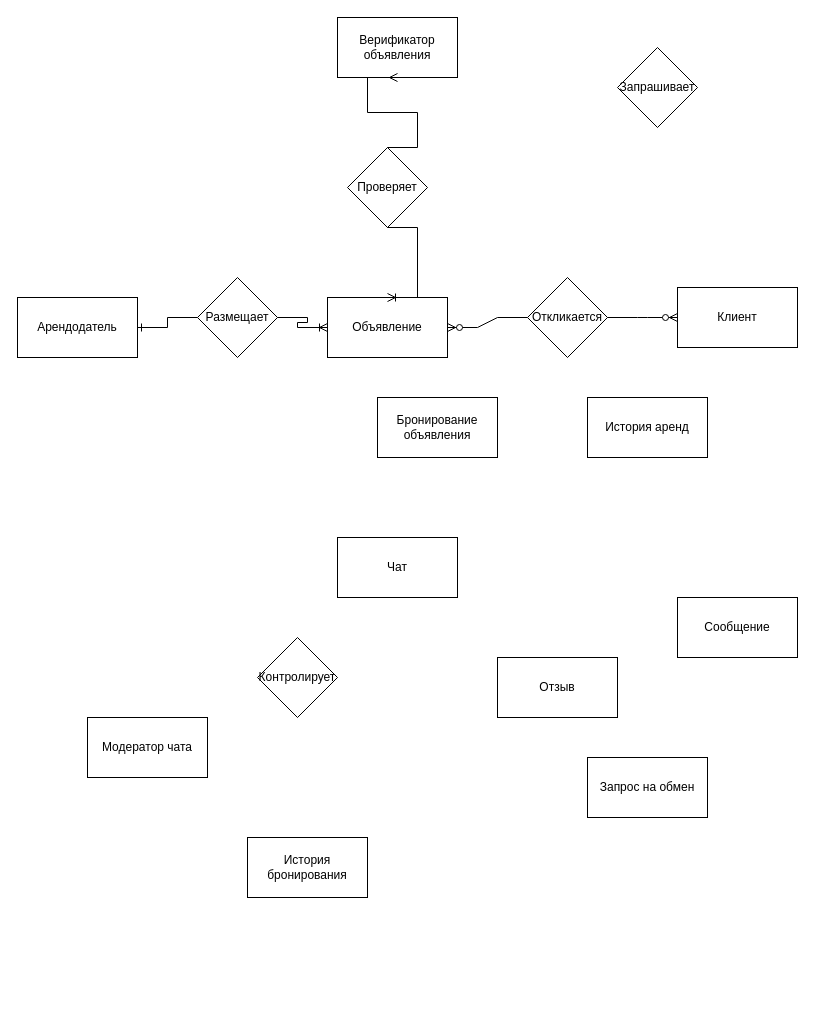
The draw.io diagram концептуальная.drawio in buburec/rsreu, before the edit. Source tidied: cells renumbered, new cells numbered last; positions are measured from the earlier drawing's top-left corner, leaving out a move shared by most shapes. Both pictures are drawn from the tidied source at 100%, with x=0, y=0 at pixel (17, 17).
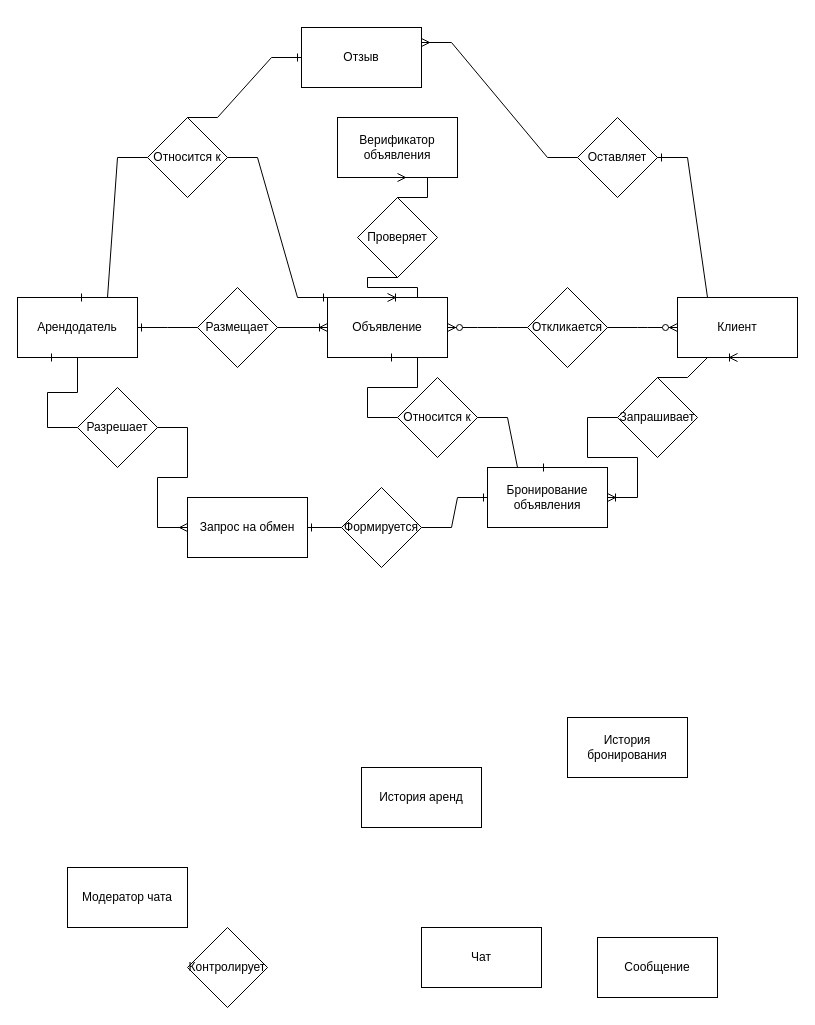
Above is the later version.

The change refers to these unchanged cells:
```xml
<mxCell id="2" value="Арендодатель" style="rounded=0;whiteSpace=wrap;html=1;" parent="1" vertex="1">
  <mxGeometry y="280" width="120" height="60" as="geometry" />
</mxCell>
<mxCell id="3" value="Объявление" style="rounded=0;whiteSpace=wrap;html=1;" parent="1" vertex="1">
  <mxGeometry x="310" y="280" width="120" height="60" as="geometry" />
</mxCell>
```

The edit, as a diff of the source:
```diff
@@
     <mxCell id="4" value="Клиент" style="rounded=0;whiteSpace=wrap;html=1;" parent="1" vertex="1">
-      <mxGeometry x="660" y="270" width="120" height="60" as="geometry" />
+      <mxGeometry x="660" y="280" width="120" height="60" as="geometry" />
     </mxCell>
     <mxCell id="5" value="Чат" style="rounded=0;whiteSpace=wrap;html=1;" parent="1" vertex="1">
-      <mxGeometry x="320" y="520" width="120" height="60" as="geometry" />
+      <mxGeometry x="404" y="910" width="120" height="60" as="geometry" />
     </mxCell>
     <mxCell id="6" value="Сообщение" style="rounded=0;whiteSpace=wrap;html=1;" parent="1" vertex="1">
-      <mxGeometry x="660" y="580" width="120" height="60" as="geometry" />
+      <mxGeometry x="580" y="920" width="120" height="60" as="geometry" />
     </mxCell>
     <mxCell id="7" value="Модератор чата" style="rounded=0;whiteSpace=wrap;html=1;" parent="1" vertex="1">
-      <mxGeometry x="70" y="700" width="120" height="60" as="geometry" />
+      <mxGeometry x="50" y="850" width="120" height="60" as="geometry" />
     </mxCell>
     <mxCell id="8" value="Отзыв" style="rounded=0;whiteSpace=wrap;html=1;" parent="1" vertex="1">
-      <mxGeometry x="480" y="640" width="120" height="60" as="geometry" />
+      <mxGeometry x="284" y="10" width="120" height="60" as="geometry" />
     </mxCell>
     <mxCell id="9" value="История аренд" style="rounded=0;whiteSpace=wrap;html=1;" parent="1" vertex="1">
-      <mxGeometry x="570" y="380" width="120" height="60" as="geometry" />
+      <mxGeometry x="344" y="750" width="120" height="60" as="geometry" />
     </mxCell>
     <mxCell id="10" value="Бронирование объявления" style="rounded=0;whiteSpace=wrap;html=1;" parent="1" vertex="1">
-      <mxGeometry x="360" y="380" width="120" height="60" as="geometry" />
+      <mxGeometry x="470" y="450" width="120" height="60" as="geometry" />
     </mxCell>
     <mxCell id="11" value="История бронирования" style="rounded=0;whiteSpace=wrap;html=1;" parent="1" vertex="1">
-      <mxGeometry x="230" y="820" width="120" height="60" as="geometry" />
+      <mxGeometry x="550" y="700" width="120" height="60" as="geometry" />
     </mxCell>
     <mxCell id="12" value="Запрос на обмен" style="rounded=0;whiteSpace=wrap;html=1;" parent="1" vertex="1">
-      <mxGeometry x="570" y="740" width="120" height="60" as="geometry" />
+      <mxGeometry x="170" y="480" width="120" height="60" as="geometry" />
     </mxCell>
     <mxCell id="13" value="Верификатор объявления" style="rounded=0;whiteSpace=wrap;html=1;" parent="1" vertex="1">
-      <mxGeometry x="320" width="120" height="60" as="geometry" />
+      <mxGeometry x="320" y="100" width="120" height="60" as="geometry" />
     </mxCell>
     <mxCell id="14" value="Размещает" style="rhombus;whiteSpace=wrap;html=1;" parent="1" vertex="1">
-      <mxGeometry x="180" y="260" width="80" height="80" as="geometry" />
+      <mxGeometry x="180" y="270" width="80" height="80" as="geometry" />
     </mxCell>
@@
     <mxCell id="17" value="Откликается" style="rhombus;whiteSpace=wrap;html=1;" parent="1" vertex="1">
-      <mxGeometry x="510" y="260" width="80" height="80" as="geometry" />
+      <mxGeometry x="510" y="270" width="80" height="80" as="geometry" />
     </mxCell>
@@
     <mxCell id="20" value="Проверяет" style="rhombus;whiteSpace=wrap;html=1;" parent="1" vertex="1">
-      <mxGeometry x="330" y="130" width="80" height="80" as="geometry" />
+      <mxGeometry x="340" y="180" width="80" height="80" as="geometry" />
     </mxCell>
     <mxCell id="21" style="edgeStyle=entityRelationEdgeStyle;fontSize=12;html=1;endArrow=ERoneToMany;rounded=0;exitX=0.5;exitY=1;exitDx=0;exitDy=0;entryX=0.5;entryY=0;entryDx=0;entryDy=0;" parent="1" edge="1" source="20" target="3">
-      <mxGeometry relative="1" as="geometry" />
+      <mxGeometry relative="1" as="geometry">
+        <Array as="points">
+          <mxPoint x="370" y="240" />
+        </Array>
+      </mxGeometry>
     </mxCell>
@@
     <mxCell id="23" value="Контролирует" style="rhombus;whiteSpace=wrap;html=1;" parent="1" vertex="1">
-      <mxGeometry x="240" y="620" width="80" height="80" as="geometry" />
+      <mxGeometry x="170" y="910" width="80" height="80" as="geometry" />
     </mxCell>
     <mxCell id="24" value="Запрашивает" style="rhombus;whiteSpace=wrap;html=1;" parent="1" vertex="1">
-      <mxGeometry x="600" y="30" width="80" height="80" as="geometry" />
+      <mxGeometry x="600" y="360" width="80" height="80" as="geometry" />
     </mxCell>
+    <mxCell id="25" style="edgeStyle=entityRelationEdgeStyle;fontSize=12;html=1;endArrow=ERoneToMany;rounded=0;exitX=0.5;exitY=0;exitDx=0;exitDy=0;entryX=0.5;entryY=1;entryDx=0;entryDy=0;" parent="1" edge="1" source="24" target="4">
+      <mxGeometry relative="1" as="geometry" />
+    </mxCell>
+    <mxCell id="26" style="edgeStyle=entityRelationEdgeStyle;fontSize=12;html=1;endArrow=ERoneToMany;rounded=0;exitX=0;exitY=0.5;exitDx=0;exitDy=0;entryX=1;entryY=0.5;entryDx=0;entryDy=0;" parent="1" edge="1" source="24" target="10">
+      <mxGeometry relative="1" as="geometry" />
+    </mxCell>
+    <mxCell id="27" value="Разрешает" style="rhombus;whiteSpace=wrap;html=1;" parent="1" vertex="1">
+      <mxGeometry x="60" y="370" width="80" height="80" as="geometry" />
+    </mxCell>
+    <mxCell id="28" style="edgeStyle=entityRelationEdgeStyle;fontSize=12;html=1;endArrow=ERone;endFill=1;rounded=0;exitX=0;exitY=0.5;exitDx=0;exitDy=0;entryX=0.25;entryY=1;entryDx=0;entryDy=0;" parent="1" edge="1" source="27" target="2">
+      <mxGeometry relative="1" as="geometry" />
+    </mxCell>
+    <mxCell id="29" style="edgeStyle=entityRelationEdgeStyle;fontSize=12;html=1;endArrow=ERmany;rounded=0;exitX=1;exitY=0.5;exitDx=0;exitDy=0;entryX=0;entryY=0.5;entryDx=0;entryDy=0;" parent="1" edge="1" source="27" target="12">
+      <mxGeometry relative="1" as="geometry" />
+    </mxCell>
+    <mxCell id="30" value="Оставляет" style="rhombus;whiteSpace=wrap;html=1;" parent="1" vertex="1">
+      <mxGeometry x="560" y="100" width="80" height="80" as="geometry" />
+    </mxCell>
+    <mxCell id="31" style="edgeStyle=entityRelationEdgeStyle;fontSize=12;html=1;endArrow=ERone;endFill=1;rounded=0;exitX=0.5;exitY=0;exitDx=0;exitDy=0;" parent="1" edge="1" source="4" target="30">
+      <mxGeometry relative="1" as="geometry" />
+    </mxCell>
+    <mxCell id="32" style="edgeStyle=entityRelationEdgeStyle;fontSize=12;html=1;endArrow=ERmany;rounded=0;exitX=0;exitY=0.5;exitDx=0;exitDy=0;entryX=1;entryY=0.25;entryDx=0;entryDy=0;" parent="1" edge="1" source="30" target="8">
+      <mxGeometry relative="1" as="geometry" />
+    </mxCell>
+    <mxCell id="33" value="Относится к" style="rhombus;whiteSpace=wrap;html=1;" parent="1" vertex="1">
+      <mxGeometry x="130" y="100" width="80" height="80" as="geometry" />
+    </mxCell>
+    <mxCell id="34" style="edgeStyle=entityRelationEdgeStyle;fontSize=12;html=1;endArrow=ERone;endFill=1;rounded=0;exitX=0;exitY=0.5;exitDx=0;exitDy=0;entryX=0.5;entryY=0;entryDx=0;entryDy=0;" parent="1" edge="1" source="33" target="2">
+      <mxGeometry relative="1" as="geometry" />
+    </mxCell>
+    <mxCell id="35" style="edgeStyle=entityRelationEdgeStyle;fontSize=12;html=1;endArrow=ERone;endFill=1;rounded=0;exitX=1;exitY=0.5;exitDx=0;exitDy=0;entryX=0;entryY=0;entryDx=0;entryDy=0;" parent="1" edge="1" source="33" target="3">
+      <mxGeometry relative="1" as="geometry" />
+    </mxCell>
+    <mxCell id="36" style="edgeStyle=entityRelationEdgeStyle;fontSize=12;html=1;endArrow=ERone;endFill=1;rounded=0;exitX=0.5;exitY=0;exitDx=0;exitDy=0;entryX=0;entryY=0.5;entryDx=0;entryDy=0;" parent="1" edge="1" source="33" target="8">
+      <mxGeometry relative="1" as="geometry" />
+    </mxCell>
+    <mxCell id="37" value="Относится к" style="rhombus;whiteSpace=wrap;html=1;" parent="1" vertex="1">
+      <mxGeometry x="380" y="360" width="80" height="80" as="geometry" />
+    </mxCell>
+    <mxCell id="38" style="edgeStyle=entityRelationEdgeStyle;fontSize=12;html=1;endArrow=ERone;endFill=1;rounded=0;exitX=1;exitY=0.5;exitDx=0;exitDy=0;entryX=0.5;entryY=0;entryDx=0;entryDy=0;" parent="1" edge="1" source="37" target="10">
+      <mxGeometry relative="1" as="geometry" />
+    </mxCell>
+    <mxCell id="39" style="edgeStyle=entityRelationEdgeStyle;fontSize=12;html=1;endArrow=ERone;endFill=1;rounded=0;exitX=0;exitY=0.5;exitDx=0;exitDy=0;entryX=0.5;entryY=1;entryDx=0;entryDy=0;" parent="1" edge="1" source="37" target="3">
+      <mxGeometry relative="1" as="geometry" />
+    </mxCell>
+    <mxCell id="40" value="Формируется" style="rhombus;whiteSpace=wrap;html=1;" parent="1" vertex="1">
+      <mxGeometry x="324" y="470" width="80" height="80" as="geometry" />
+    </mxCell>
+    <mxCell id="41" style="edgeStyle=entityRelationEdgeStyle;fontSize=12;html=1;endArrow=ERone;endFill=1;rounded=0;exitX=1;exitY=0.5;exitDx=0;exitDy=0;entryX=0;entryY=0.5;entryDx=0;entryDy=0;" parent="1" edge="1" source="40" target="10">
+      <mxGeometry relative="1" as="geometry" />
+    </mxCell>
+    <mxCell id="42" style="edgeStyle=entityRelationEdgeStyle;fontSize=12;html=1;endArrow=ERone;endFill=1;rounded=0;exitX=0;exitY=0.5;exitDx=0;exitDy=0;entryX=1;entryY=0.5;entryDx=0;entryDy=0;" parent="1" edge="1" source="40" target="12">
+      <mxGeometry relative="1" as="geometry" />
+    </mxCell>
```
